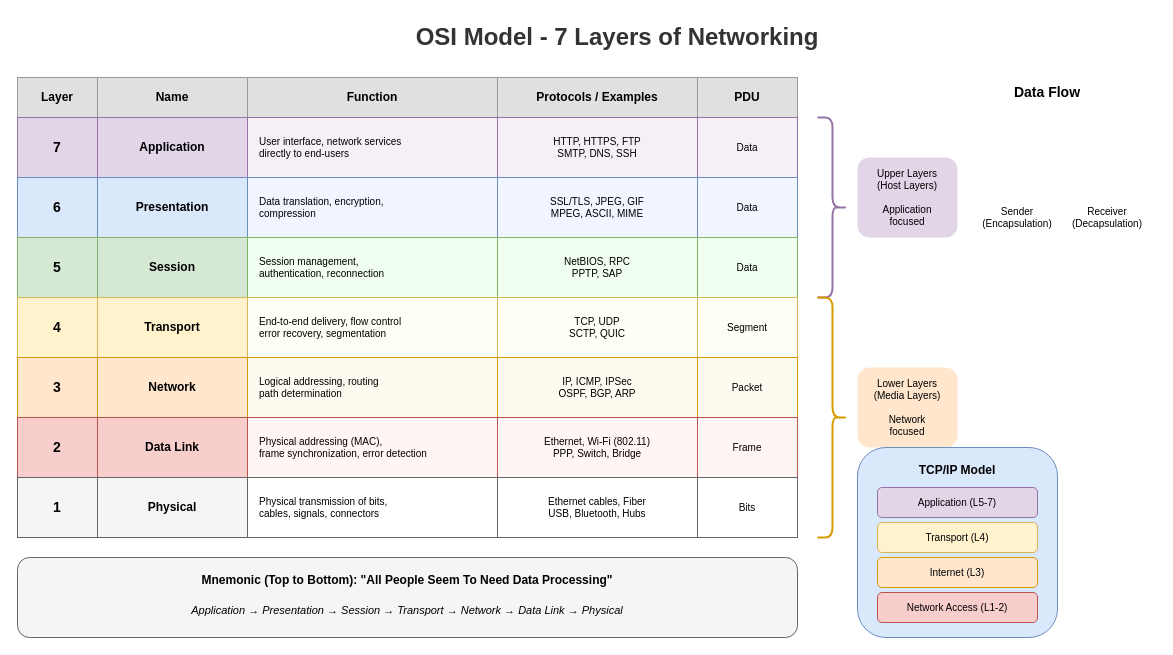
The draw.io diagram lesson-07-networking/diagrams/1.1-osi-model.drawio in MrParkerZ7/document-lesson-software-architect-x-claude, before the edit. Source tidied: cells renumbered, new cells numbered last; positions are measured from the earlier drawing's top-left corner, leaving out a move shared by most shapes. Both pictures are drawn from the tidied source at 100%, with x=0, y=0 at pixel (17, 17).
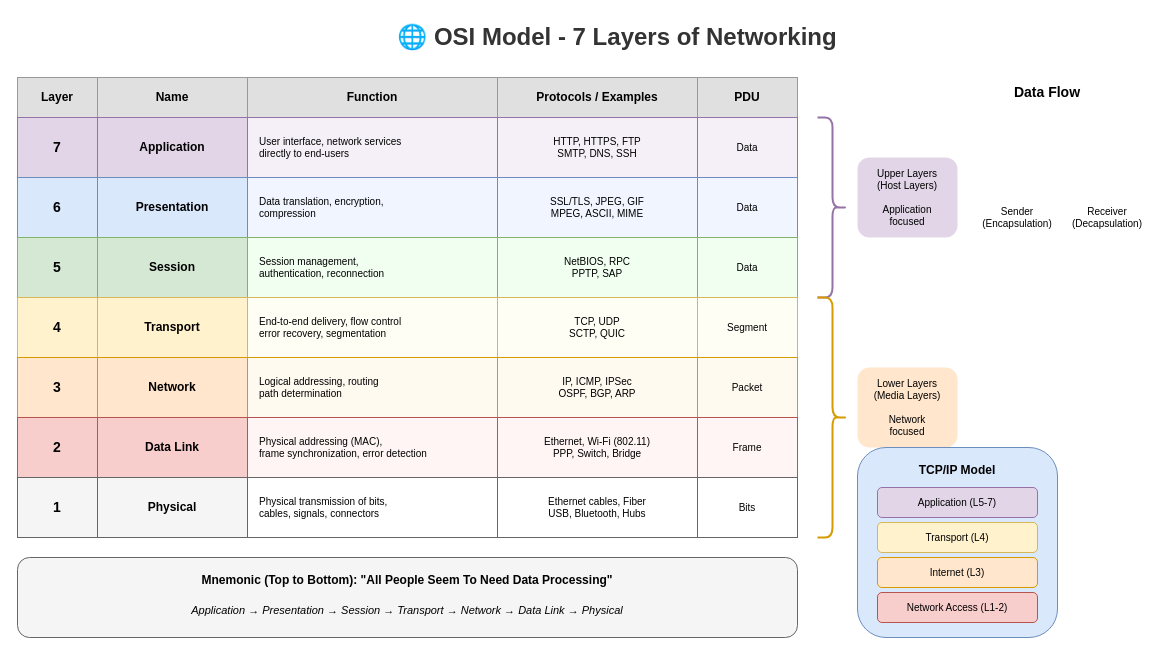
The same diagram, later.

Diff of the diagram source:
```diff
@@
-    <mxCell id="2" value="OSI Model - 7 Layers of Networking" style="text;html=1;strokeColor=none;fillColor=none;align=center;verticalAlign=middle;whiteSpace=wrap;rounded=0;fontSize=24;fontStyle=1;fontColor=#333333;" parent="1" vertex="1">
+    <mxCell id="2" value="🌐 OSI Model - 7 Layers of Networking" style="text;html=1;strokeColor=none;fillColor=none;align=center;verticalAlign=middle;whiteSpace=wrap;rounded=0;fontSize=24;fontStyle=1;fontColor=#333333;" parent="1" vertex="1">
       <mxGeometry x="300" width="600" height="40" as="geometry" />
     </mxCell>
```
